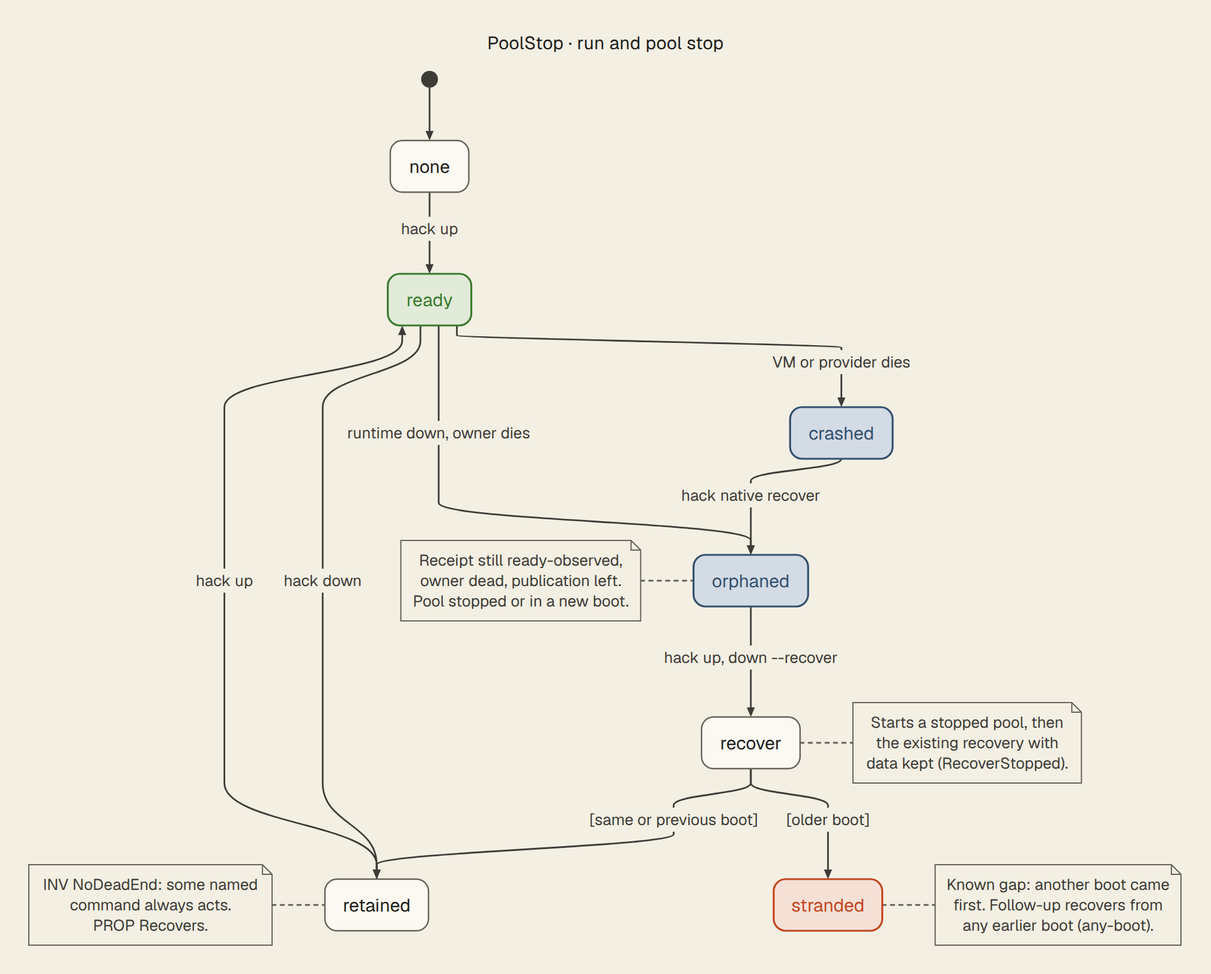
This is docs/diagrams/native-pool-stop.png from hack-dance/hack, a Mermaid export, as it was before one commit. Its source is kept beside it as docs/diagrams/native-pool-stop.mmd.
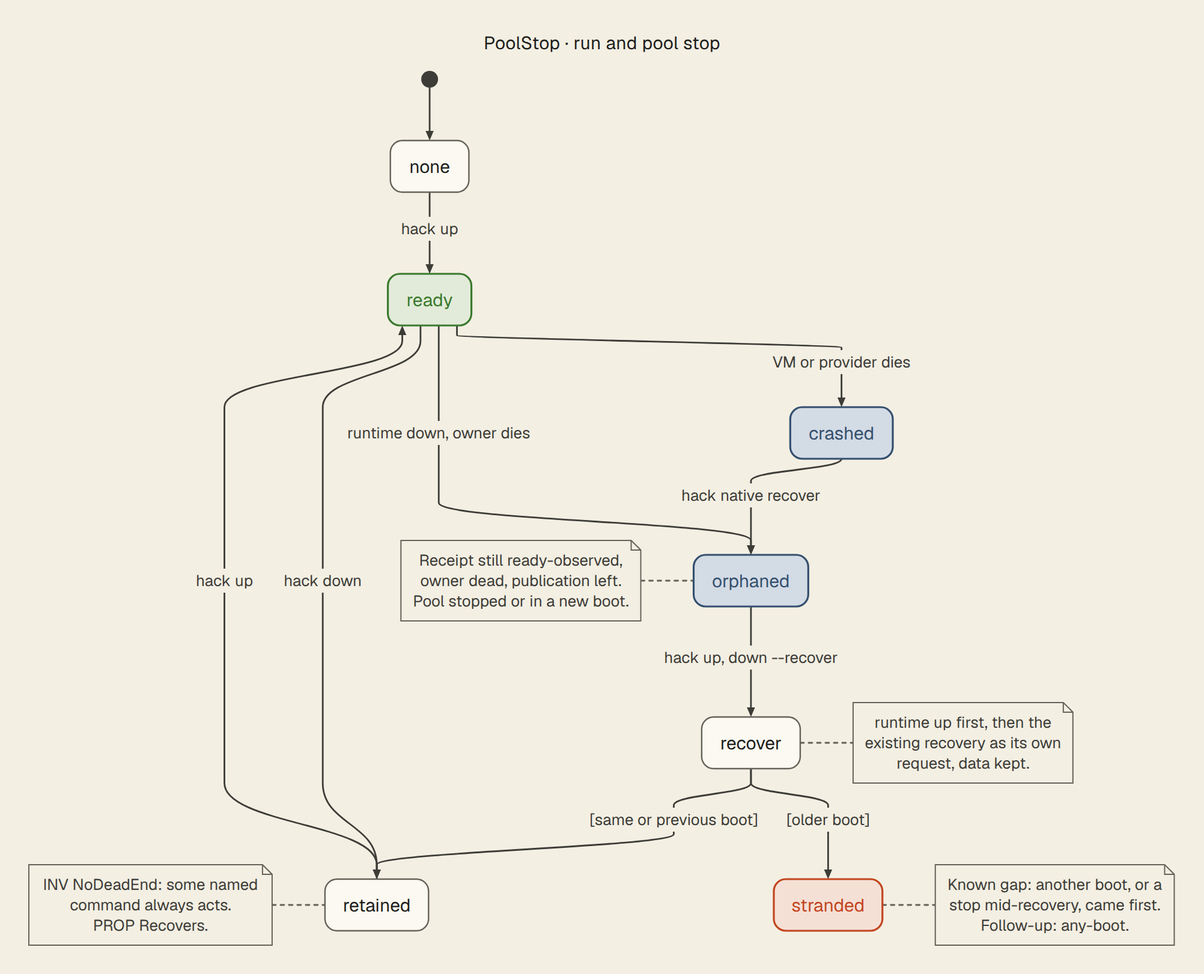
Above is the later version.

The edit, as a diff of the source:
```diff
@@ -25,14 +25,14 @@
         Pool stopped or in a new boot.
     end note
     note right of recover
-        Starts a stopped pool, then
-        the existing recovery with
-        data kept (RecoverStopped).
+        runtime up first, then the
+        existing recovery as its own
+        request, data kept.
     end note
     note right of stranded
-        Known gap: another boot came
-        first. Follow-up recovers from
-        any earlier boot (any-boot).
+        Known gap: another boot, or a
+        stop mid-recovery, came first.
+        Follow-up: any-boot.
     end note
     note left of retained
         INV NoDeadEnd: some named
```
